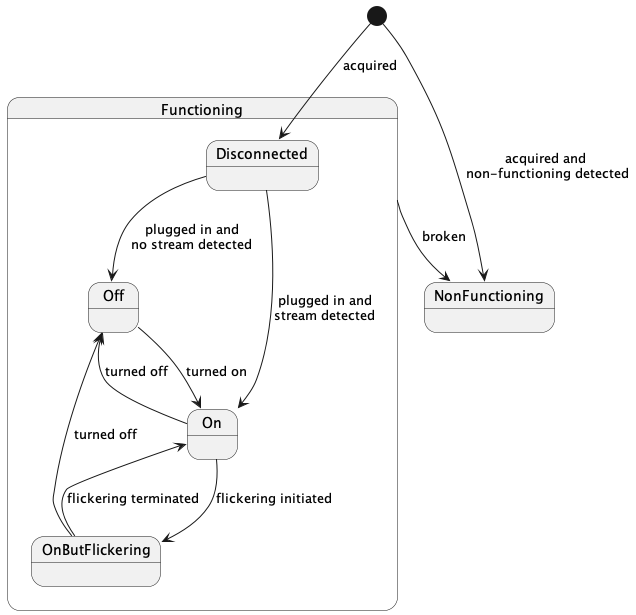
This is docs/LightbulbStates.png from TristanoSuriani/Java17SparksOfDesign, a PlantUML export, as it was before one commit. Source of this version:
```plantuml
@startuml
state NonFunctioning
state Functioning {
  state Off
  state On
  state OnButFlickering
  state Disconnected
}

[*] -down-> NonFunctioning : acquired and\n non-functioning detected
[*] -down-> Disconnected : acquired
Functioning -down-> NonFunctioning : broken

Disconnected -down-> Off : plugged in and\nno stream detected
Disconnected -down-> On : plugged in and\nstream detected

On -down-> Off : turned off
On -down-> OnButFlickering : flickering initiated

Off -down-> On : turned on

OnButFlickering -down-> Off : turned off
OnButFlickering -down-> On : flickering terminated
@enduml
```
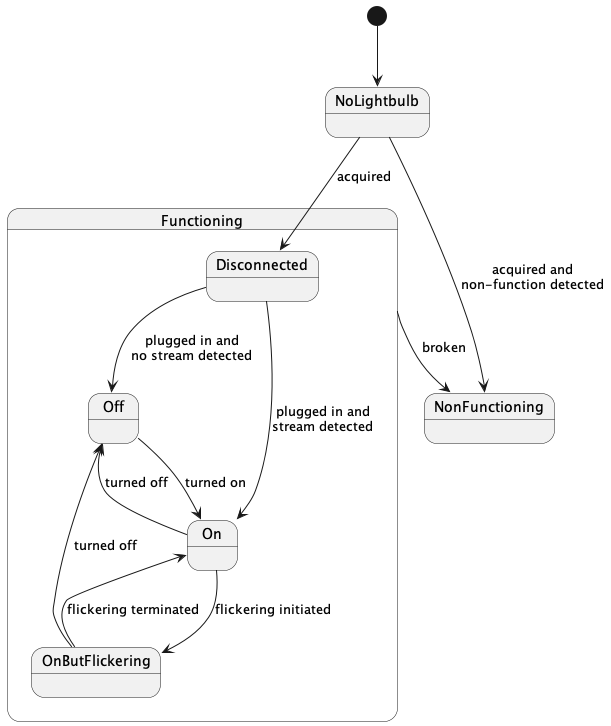
The same diagram one commit later.

The edit, as a diff of the source:
```diff
@@ -1,4 +1,5 @@
 @startuml
+state NoLightbulb
 state NonFunctioning
 state Functioning {
   state Off
@@ -7,8 +8,9 @@
   state Disconnected
 }
 
-[*] -down-> NonFunctioning : acquired and\n non-functioning detected
-[*] -down-> Disconnected : acquired
+[*] -down-> NoLightbulb
+NoLightbulb -down-> NonFunctioning : acquired and\nnon-function detected
+NoLightbulb -down-> Disconnected : acquired
 Functioning -down-> NonFunctioning : broken
 
 Disconnected -down-> Off : plugged in and\nno stream detected
```
